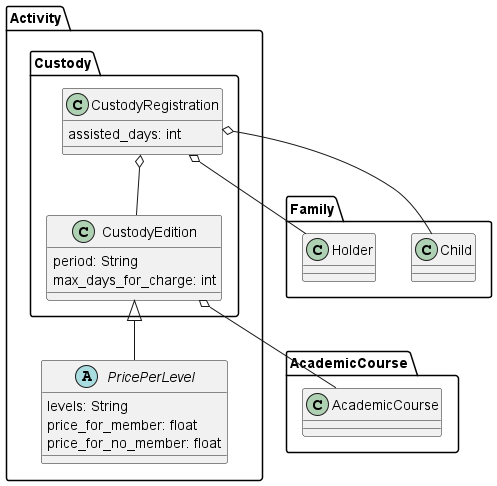
Before: doc/DomainModelDiagram/ActivityPackage/Custody/Custody.png, a diagram exported from PlantUML (IgnacioMaestro/ampa-manager).
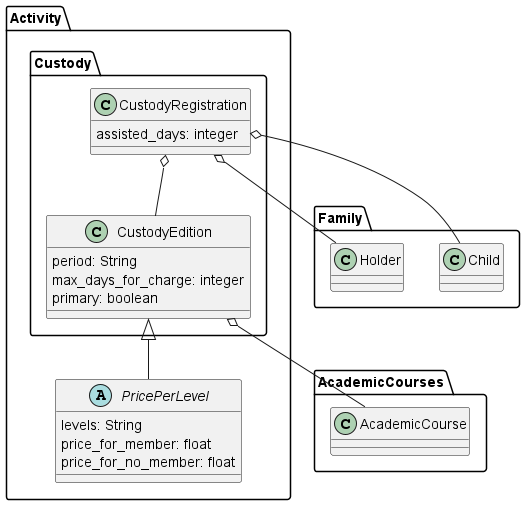
The same diagram one commit later.

Commit message:
feat: update custody diagram

What changed in the source:
```diff
@@ -1,16 +1,18 @@
 @startuml
-package AcademicCourse{
+package AcademicCourses{
   class AcademicCourse
 }
+
 package Activity{
     package Custody{
 
         class CustodyEdition{
             period: String
-            max_days_for_charge: int
+            max_days_for_charge: integer
+            primary: boolean
         }
         class CustodyRegistration{
-            assisted_days: int
+            assisted_days: integer
         }
 
         CustodyEdition o-- AcademicCourse
```
